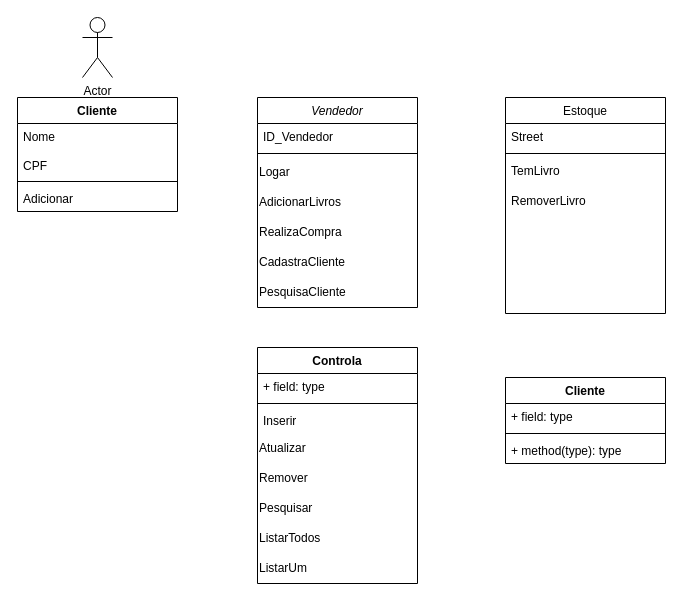
This is Documentação/UML_Primeira_Parte.drawio from AlecrimLunar/Banco-de-dados-Livraria, a draw.io file, before an edit. Source tidied: cells renumbered, new cells numbered last; positions are measured from the earlier drawing's top-left corner, leaving out a move shared by most shapes. Both pictures are drawn from the tidied source at 100%, with x=0, y=0 at pixel (17, 17).
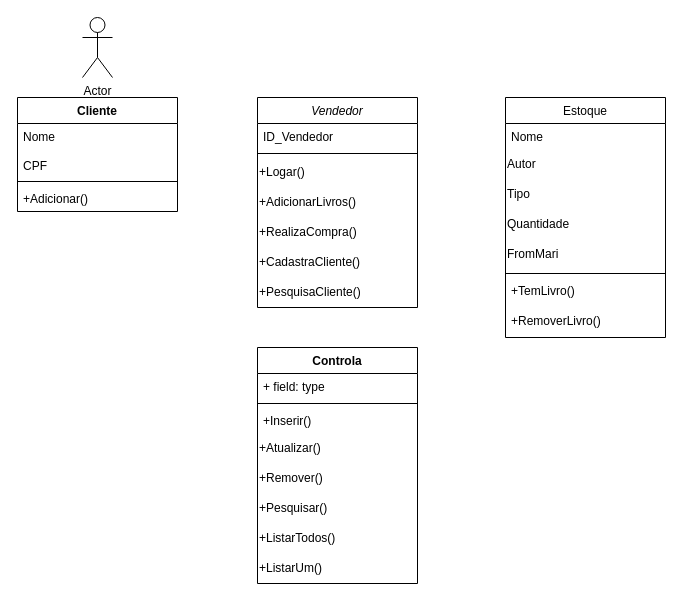
The same diagram, later.

Unchanged cells that the change refers to:
```xml
<mxCell id="2" value="Vendedor" style="swimlane;fontStyle=2;align=center;verticalAlign=top;horizontal=1;startSize=26;rounded=0;shadow=0;strokeWidth=1;" parent="1" vertex="1">
  <mxGeometry x="240" y="80" width="160" height="210" as="geometry" />
</mxCell>
<mxCell id="15" value="Controla" style="swimlane;fontStyle=1;align=center;verticalAlign=top;horizontal=1;startSize=26;whiteSpace=wrap;html=1;" parent="1" vertex="1">
  <mxGeometry x="240" y="330" width="160" height="236" as="geometry" />
</mxCell>
<mxCell id="28" value="Cliente" style="swimlane;fontStyle=1;align=center;verticalAlign=top;horizontal=1;startSize=26;whiteSpace=wrap;html=1;" parent="1" vertex="1">
  <mxGeometry y="80" width="160" height="114" as="geometry" />
</mxCell>
```

The edit, as a diff of the source:
```diff
@@
-    <mxCell id="5" value="&lt;div align=&quot;left&quot;&gt;Logar&lt;/div&gt;" style="text;html=1;align=left;verticalAlign=middle;strokeColor=none;fillColor=none;" parent="2" vertex="1">
+    <mxCell id="5" value="&lt;div align=&quot;left&quot;&gt;+Logar()&lt;/div&gt;" style="text;html=1;align=left;verticalAlign=middle;strokeColor=none;fillColor=none;" parent="2" vertex="1">
       <mxGeometry y="60" width="160" height="30" as="geometry" />
     </mxCell>
-    <mxCell id="6" value="AdicionarLivros" style="text;html=1;align=left;verticalAlign=middle;strokeColor=none;fillColor=none;" parent="2" vertex="1">
+    <mxCell id="6" value="+AdicionarLivros()" style="text;html=1;align=left;verticalAlign=middle;strokeColor=none;fillColor=none;" parent="2" vertex="1">
       <mxGeometry y="90" width="160" height="30" as="geometry" />
     </mxCell>
-    <mxCell id="7" value="RealizaCompra" style="text;html=1;align=left;verticalAlign=middle;strokeColor=none;fillColor=none;" parent="2" vertex="1">
+    <mxCell id="7" value="+RealizaCompra()" style="text;html=1;align=left;verticalAlign=middle;strokeColor=none;fillColor=none;" parent="2" vertex="1">
       <mxGeometry y="120" width="160" height="30" as="geometry" />
     </mxCell>
-    <mxCell id="8" value="CadastraCliente" style="text;html=1;align=left;verticalAlign=middle;strokeColor=none;fillColor=none;" parent="2" vertex="1">
+    <mxCell id="8" value="+CadastraCliente()" style="text;html=1;align=left;verticalAlign=middle;strokeColor=none;fillColor=none;" parent="2" vertex="1">
       <mxGeometry y="150" width="160" height="30" as="geometry" />
     </mxCell>
-    <mxCell id="9" value="PesquisaCliente" style="text;html=1;align=left;verticalAlign=middle;strokeColor=none;fillColor=none;" parent="2" vertex="1">
+    <mxCell id="9" value="+PesquisaCliente()" style="text;html=1;align=left;verticalAlign=middle;strokeColor=none;fillColor=none;" parent="2" vertex="1">
       <mxGeometry y="180" width="160" height="30" as="geometry" />
     </mxCell>
     <mxCell id="10" value="Estoque" style="swimlane;fontStyle=0;align=center;verticalAlign=top;horizontal=1;startSize=26;rounded=0;shadow=0;strokeWidth=1;" parent="1" vertex="1">
-      <mxGeometry x="488" y="80" width="160" height="216" as="geometry" />
+      <mxGeometry x="488" y="80" width="160" height="240" as="geometry" />
     </mxCell>
-    <mxCell id="11" value="Street" style="text;align=left;verticalAlign=top;spacingLeft=4;spacingRight=4;overflow=hidden;" parent="10" vertex="1">
+    <mxCell id="11" value="Nome" style="text;align=left;verticalAlign=top;spacingLeft=4;spacingRight=4;overflow=hidden;" parent="10" vertex="1">
       <mxGeometry y="26" width="160" height="26" as="geometry" />
     </mxCell>
+    <mxCell id="33" value="Autor" style="text;html=1;align=left;verticalAlign=middle;strokeColor=none;fillColor=none;" parent="10" vertex="1">
+      <mxGeometry y="52" width="160" height="30" as="geometry" />
+    </mxCell>
+    <mxCell id="34" value="&lt;div align=&quot;left&quot;&gt;Tipo&lt;/div&gt;" style="text;html=1;align=left;verticalAlign=middle;strokeColor=none;fillColor=none;" parent="10" vertex="1">
+      <mxGeometry y="82" width="160" height="30" as="geometry" />
+    </mxCell>
+    <mxCell id="35" value="Quantidade" style="text;html=1;align=left;verticalAlign=middle;strokeColor=none;fillColor=none;" parent="10" vertex="1">
+      <mxGeometry y="112" width="160" height="30" as="geometry" />
+    </mxCell>
+    <mxCell id="36" value="FromMari" style="text;html=1;align=left;verticalAlign=middle;strokeColor=none;fillColor=none;" parent="10" vertex="1">
+      <mxGeometry y="142" width="160" height="30" as="geometry" />
+    </mxCell>
     <mxCell id="12" style="line;html=1;strokeWidth=1;align=left;verticalAlign=middle;spacingTop=-1;spacingLeft=3;spacingRight=3;labelPosition=right;" parent="10" vertex="1">
-      <mxGeometry y="52" width="160" height="8" as="geometry" />
+      <mxGeometry y="172" width="160" height="8" as="geometry" />
     </mxCell>
-    <mxCell id="13" value="TemLivro" style="text;align=left;verticalAlign=top;spacingLeft=4;spacingRight=4;overflow=hidden;" parent="10" vertex="1">
-      <mxGeometry y="60" width="160" height="30" as="geometry" />
+    <mxCell id="13" value="+TemLivro()" style="text;align=left;verticalAlign=top;spacingLeft=4;spacingRight=4;overflow=hidden;" parent="10" vertex="1">
+      <mxGeometry y="180" width="160" height="30" as="geometry" />
     </mxCell>
-    <mxCell id="14" value="RemoverLivro" style="text;align=left;verticalAlign=top;spacingLeft=4;spacingRight=4;overflow=hidden;" parent="10" vertex="1">
-      <mxGeometry y="90" width="160" height="30" as="geometry" />
+    <mxCell id="14" value="+RemoverLivro()" style="text;align=left;verticalAlign=top;spacingLeft=4;spacingRight=4;overflow=hidden;" parent="10" vertex="1">
+      <mxGeometry y="210" width="160" height="30" as="geometry" />
     </mxCell>
@@
-    <mxCell id="18" value="Inserir" style="text;strokeColor=none;fillColor=none;align=left;verticalAlign=top;spacingLeft=4;spacingRight=4;overflow=hidden;whiteSpace=wrap;html=1;" parent="15" vertex="1">
+    <mxCell id="18" value="+Inserir()" style="text;strokeColor=none;fillColor=none;align=left;verticalAlign=top;spacingLeft=4;spacingRight=4;overflow=hidden;whiteSpace=wrap;html=1;" parent="15" vertex="1">
       <mxGeometry y="60" width="160" height="26" as="geometry" />
     </mxCell>
-    <mxCell id="19" value="Atualizar" style="text;html=1;align=left;verticalAlign=middle;strokeColor=none;fillColor=none;" parent="15" vertex="1">
+    <mxCell id="19" value="+Atualizar()" style="text;html=1;align=left;verticalAlign=middle;strokeColor=none;fillColor=none;" parent="15" vertex="1">
       <mxGeometry y="86" width="160" height="30" as="geometry" />
     </mxCell>
-    <mxCell id="20" value="Remover" style="text;html=1;align=left;verticalAlign=middle;strokeColor=none;fillColor=none;" parent="15" vertex="1">
+    <mxCell id="20" value="+Remover()" style="text;html=1;align=left;verticalAlign=middle;strokeColor=none;fillColor=none;" parent="15" vertex="1">
       <mxGeometry y="116" width="160" height="30" as="geometry" />
     </mxCell>
-    <mxCell id="21" value="Pesquisar" style="text;html=1;align=left;verticalAlign=middle;strokeColor=none;fillColor=none;" parent="15" vertex="1">
+    <mxCell id="21" value="+Pesquisar()" style="text;html=1;align=left;verticalAlign=middle;strokeColor=none;fillColor=none;" parent="15" vertex="1">
       <mxGeometry y="146" width="160" height="30" as="geometry" />
     </mxCell>
-    <mxCell id="22" value="&lt;div align=&quot;left&quot;&gt;ListarTodos&lt;br&gt;&lt;/div&gt;" style="text;html=1;align=left;verticalAlign=middle;strokeColor=none;fillColor=none;" parent="15" vertex="1">
+    <mxCell id="22" value="&lt;div align=&quot;left&quot;&gt;+ListarTodos()&lt;br&gt;&lt;/div&gt;" style="text;html=1;align=left;verticalAlign=middle;strokeColor=none;fillColor=none;" parent="15" vertex="1">
       <mxGeometry y="176" width="160" height="30" as="geometry" />
     </mxCell>
-    <mxCell id="23" value="ListarUm" style="text;html=1;align=left;verticalAlign=middle;strokeColor=none;fillColor=none;" parent="15" vertex="1">
+    <mxCell id="23" value="+ListarUm()" style="text;html=1;align=left;verticalAlign=middle;strokeColor=none;fillColor=none;" parent="15" vertex="1">
       <mxGeometry y="206" width="160" height="30" as="geometry" />
     </mxCell>
-    <mxCell id="24" value="Cliente" style="swimlane;fontStyle=1;align=center;verticalAlign=top;horizontal=1;startSize=26;whiteSpace=wrap;html=1;" parent="1" vertex="1">
-      <mxGeometry x="488" y="360" width="160" height="86" as="geometry" />
-    </mxCell>
-    <mxCell id="25" value="+ field: type" style="text;strokeColor=none;fillColor=none;align=left;verticalAlign=top;spacingLeft=4;spacingRight=4;overflow=hidden;whiteSpace=wrap;html=1;" parent="24" vertex="1">
-      <mxGeometry y="26" width="160" height="26" as="geometry" />
-    </mxCell>
-    <mxCell id="26" style="line;strokeWidth=1;fillColor=none;align=left;verticalAlign=middle;spacingTop=-1;spacingLeft=3;spacingRight=3;labelPosition=right;strokeColor=inherit;" parent="24" vertex="1">
-      <mxGeometry y="52" width="160" height="8" as="geometry" />
-    </mxCell>
-    <mxCell id="27" value="+ method(type): type" style="text;strokeColor=none;fillColor=none;align=left;verticalAlign=top;spacingLeft=4;spacingRight=4;overflow=hidden;whiteSpace=wrap;html=1;" parent="24" vertex="1">
-      <mxGeometry y="60" width="160" height="26" as="geometry" />
-    </mxCell>
@@
-    <mxCell id="31" value="Adicionar" style="text;strokeColor=none;fillColor=none;align=left;verticalAlign=top;spacingLeft=4;spacingRight=4;overflow=hidden;whiteSpace=wrap;html=1;" parent="28" vertex="1">
+    <mxCell id="31" value="+Adicionar()" style="text;strokeColor=none;fillColor=none;align=left;verticalAlign=top;spacingLeft=4;spacingRight=4;overflow=hidden;whiteSpace=wrap;html=1;" parent="28" vertex="1">
       <mxGeometry y="88" width="160" height="26" as="geometry" />
     </mxCell>
```
